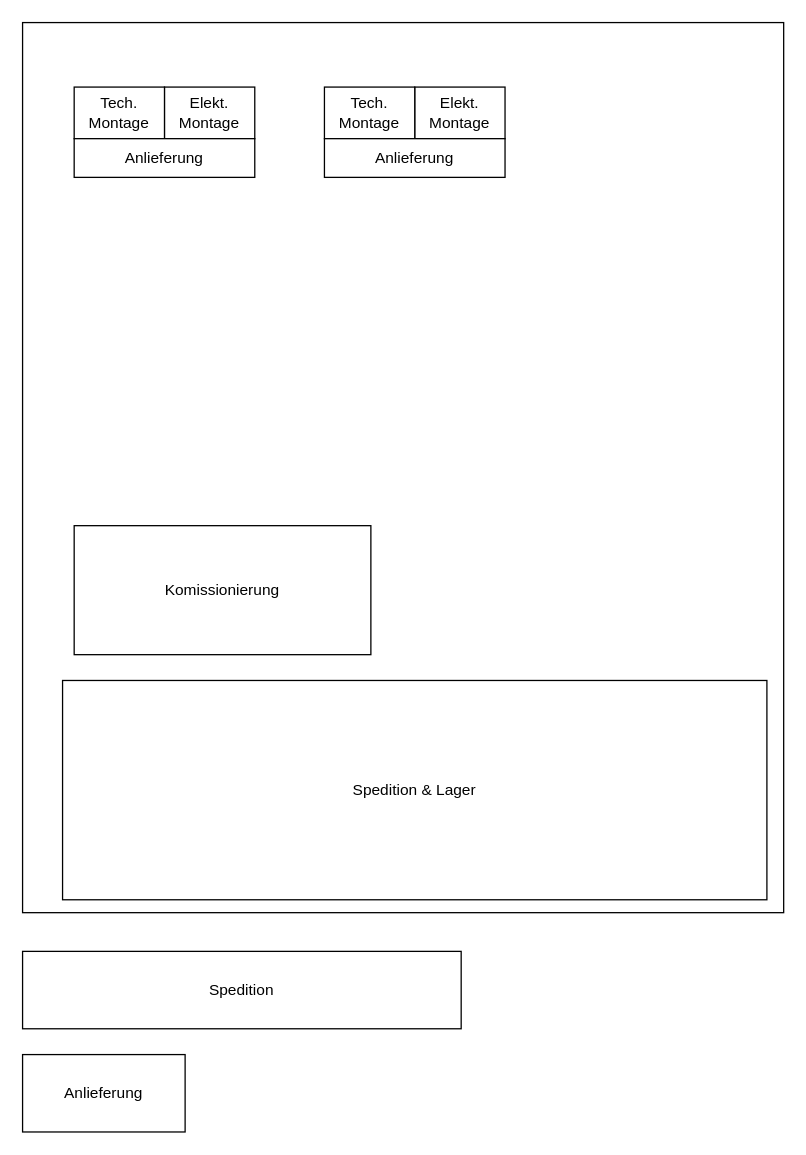
The draw.io diagram Logistikkonzept.drawio in macnch33s3/draw.io, before the edit. Source tidied: cells renumbered, new cells numbered last; positions are measured from the earlier drawing's top-left corner, leaving out a move shared by most shapes. Both pictures are drawn from the tidied source at 129%, with x=0, y=0 at pixel (22, 22).
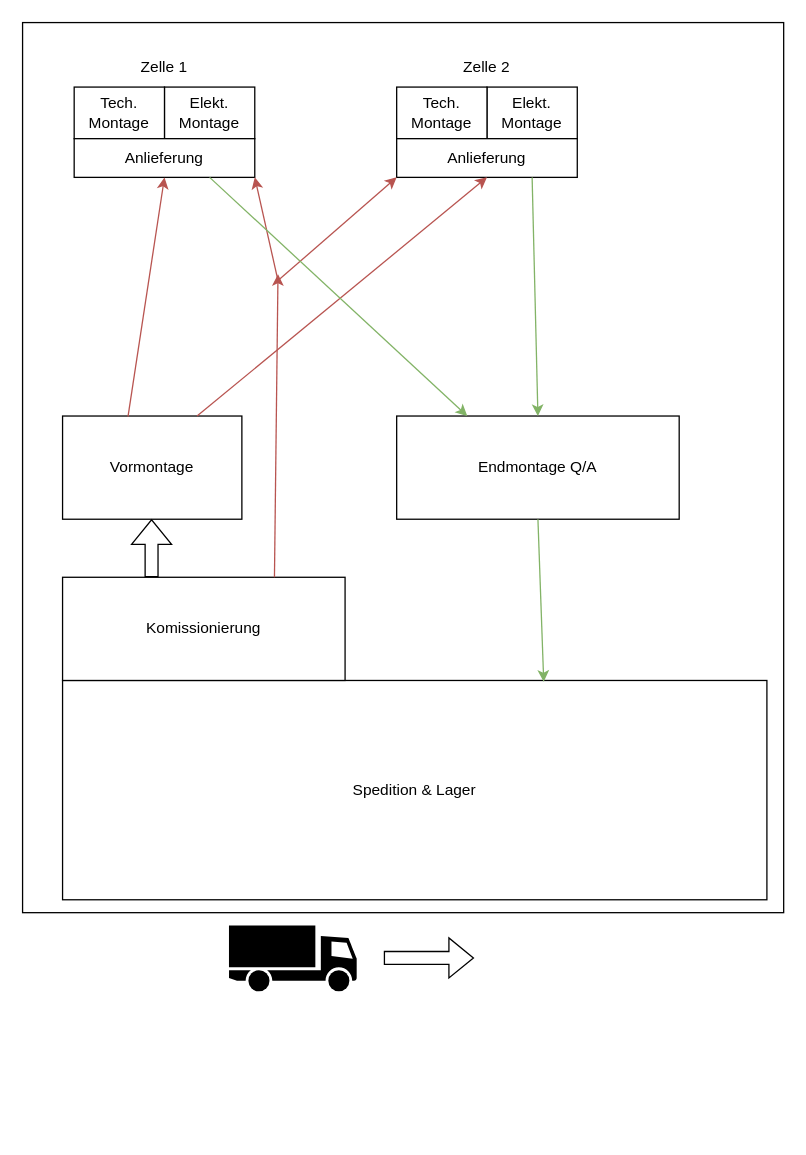
Above is the later version.

Unchanged cells that the change refers to:
```xml
<mxCell id="10" value="Anlieferung" style="rounded=0;whiteSpace=wrap;html=1;" parent="7" vertex="1">
  <mxGeometry y="40" width="140" height="30" as="geometry" />
</mxCell>
```

The edit, as a diff of the source:
```diff
@@
-    <mxCell id="3" value="Anlieferung" style="rounded=0;whiteSpace=wrap;html=1;" parent="1" vertex="1">
-      <mxGeometry y="800" width="126" height="60" as="geometry" />
-    </mxCell>
-    <mxCell id="4" value="Spedition" style="rounded=0;whiteSpace=wrap;html=1;" parent="1" vertex="1">
-      <mxGeometry y="720" width="340" height="60" as="geometry" />
-    </mxCell>
@@
     <mxCell id="6" value="Komissionierung" style="rounded=0;whiteSpace=wrap;html=1;" parent="1" vertex="1">
-      <mxGeometry x="40" y="390" width="230" height="100" as="geometry" />
+      <mxGeometry x="31" y="430" width="219" height="80" as="geometry" />
     </mxCell>
+    <mxCell id="15" value="Vormontage" style="rounded=0;whiteSpace=wrap;html=1;" parent="1" vertex="1">
+      <mxGeometry x="31" y="305" width="139" height="80" as="geometry" />
+    </mxCell>
+    <mxCell id="16" style="shape=mxgraph.signs.transportation.truck_1;html=1;fillColor=#000000;strokeColor=none;verticalLabelPosition=bottom;verticalAlign=top;align=center;flipV=0;flipH=1;" parent="1" vertex="1">
+      <mxGeometry x="160" y="700" width="99" height="51" as="geometry" />
+    </mxCell>
+    <mxCell id="17" style="shape=flexArrow;endArrow=classic;html=1;rounded=0;" parent="1" edge="1">
+      <mxGeometry relative="1" as="geometry">
+        <mxPoint x="280" y="725.1" as="sourcePoint" />
+        <mxPoint x="350" y="725.1" as="targetPoint" />
+      </mxGeometry>
+    </mxCell>
+    <mxCell id="18" value="Endmontage Q/A" style="rounded=0;whiteSpace=wrap;html=1;" parent="1" vertex="1">
+      <mxGeometry x="290" y="305" width="219" height="80" as="geometry" />
+    </mxCell>
+    <mxCell id="19" style="group;" parent="1" vertex="1">
+      <mxGeometry x="290" y="20" width="140" height="100" as="geometry" />
+    </mxCell>
+    <mxCell id="11" style="group;" parent="19" vertex="1">
+      <mxGeometry y="30" width="140" height="70" as="geometry" />
+    </mxCell>
+    <mxCell id="12" value="Elekt. Montage" style="rounded=0;whiteSpace=wrap;html=1;" parent="11" vertex="1">
+      <mxGeometry x="70" width="70" height="40" as="geometry" />
+    </mxCell>
+    <mxCell id="13" value="Tech. Montage" style="rounded=0;whiteSpace=wrap;html=1;" parent="11" vertex="1">
+      <mxGeometry width="70" height="40" as="geometry" />
+    </mxCell>
+    <mxCell id="14" value="Anlieferung" style="rounded=0;whiteSpace=wrap;html=1;" parent="11" vertex="1">
+      <mxGeometry y="40" width="140" height="30" as="geometry" />
+    </mxCell>
+    <mxCell id="20" value="Zelle 2" style="text;html=1;whiteSpace=wrap;strokeColor=none;fillColor=none;align=center;verticalAlign=middle;rounded=0;" parent="19" vertex="1">
+      <mxGeometry x="40" width="60" height="30" as="geometry" />
+    </mxCell>
+    <mxCell id="21" style="group;" parent="1" vertex="1">
+      <mxGeometry x="40" y="20" width="140" height="100" as="geometry" />
+    </mxCell>
-    <mxCell id="7" style="group;" parent="1" vertex="1">
-      <mxGeometry x="40" y="50" width="140" height="70" as="geometry" />
+    <mxCell id="7" style="group;" parent="21" vertex="1">
+      <mxGeometry y="30" width="140" height="70" as="geometry" />
     </mxCell>
@@
-    <mxCell id="11" style="group;" parent="1" vertex="1">
-      <mxGeometry x="234" y="50" width="140" height="70" as="geometry" />
-    </mxCell>
-    <mxCell id="12" value="Elekt. Montage" style="rounded=0;whiteSpace=wrap;html=1;" parent="11" vertex="1">
-      <mxGeometry x="70" width="70" height="40" as="geometry" />
-    </mxCell>
-    <mxCell id="13" value="Tech. Montage" style="rounded=0;whiteSpace=wrap;html=1;" parent="11" vertex="1">
-      <mxGeometry width="70" height="40" as="geometry" />
-    </mxCell>
-    <mxCell id="14" value="Anlieferung" style="rounded=0;whiteSpace=wrap;html=1;" parent="11" vertex="1">
-      <mxGeometry y="40" width="140" height="30" as="geometry" />
-    </mxCell>
+    <mxCell id="22" value="Zelle 1" style="text;html=1;whiteSpace=wrap;strokeColor=none;fillColor=none;align=center;verticalAlign=middle;rounded=0;" parent="21" vertex="1">
+      <mxGeometry x="40" width="60" height="30" as="geometry" />
+    </mxCell>
+    <mxCell id="23" style="endArrow=classic;html=1;rounded=0;shape=flexArrow;" parent="1" edge="1">
+      <mxGeometry relative="1" as="geometry">
+        <mxPoint x="100" y="430" as="sourcePoint" />
+        <mxPoint x="100" y="385" as="targetPoint" />
+      </mxGeometry>
+    </mxCell>
+    <mxCell id="24" style="endArrow=classic;html=1;rounded=0;entryX=0.5;entryY=1;entryDx=0;entryDy=0;exitX=0.365;exitY=0.006;exitDx=0;exitDy=0;exitPerimeter=0;flowAnimation=0;shadow=0;fillColor=#f8cecc;strokeColor=#b85450;" parent="1" edge="1" source="15" target="10">
+      <mxGeometry relative="1" as="geometry" />
+    </mxCell>
+    <mxCell id="25" style="endArrow=classic;html=1;rounded=0;entryX=0.5;entryY=1;entryDx=0;entryDy=0;exitX=0.75;exitY=0;exitDx=0;exitDy=0;flowAnimation=0;shadow=0;fillColor=#f8cecc;strokeColor=#b85450;" parent="1" edge="1" source="15" target="14">
+      <mxGeometry relative="1" as="geometry" />
+    </mxCell>
+    <mxCell id="26" style="endArrow=classic;html=1;rounded=0;exitX=0.75;exitY=0;exitDx=0;exitDy=0;flowAnimation=0;shadow=0;fillColor=#f8cecc;strokeColor=#b85450;" parent="1" edge="1" source="6">
+      <mxGeometry relative="1" as="geometry">
+        <mxPoint x="198" y="195" as="targetPoint" />
+      </mxGeometry>
+    </mxCell>
+    <mxCell id="27" style="endArrow=classic;html=1;rounded=0;entryX=1;entryY=1;entryDx=0;entryDy=0;flowAnimation=0;shadow=0;fillColor=#f8cecc;strokeColor=#b85450;" parent="1" edge="1" target="10">
+      <mxGeometry relative="1" as="geometry">
+        <mxPoint x="198" y="200" as="sourcePoint" />
+      </mxGeometry>
+    </mxCell>
+    <mxCell id="28" style="endArrow=classic;html=1;rounded=0;entryX=0;entryY=1;entryDx=0;entryDy=0;flowAnimation=0;shadow=0;fillColor=#f8cecc;strokeColor=#b85450;" parent="1" edge="1" target="14">
+      <mxGeometry relative="1" as="geometry">
+        <mxPoint x="198" y="200" as="sourcePoint" />
+      </mxGeometry>
+    </mxCell>
+    <mxCell id="29" style="endArrow=classic;html=1;rounded=0;entryX=0.25;entryY=0;entryDx=0;entryDy=0;exitX=0.75;exitY=1;exitDx=0;exitDy=0;flowAnimation=0;shadow=0;fillColor=#d5e8d4;strokeColor=#82b366;" parent="1" edge="1" source="10" target="18">
+      <mxGeometry relative="1" as="geometry" />
+    </mxCell>
+    <mxCell id="30" style="endArrow=classic;html=1;rounded=0;entryX=0.5;entryY=0;entryDx=0;entryDy=0;exitX=0.75;exitY=1;exitDx=0;exitDy=0;flowAnimation=0;shadow=0;fillColor=#d5e8d4;strokeColor=#82b366;" parent="1" edge="1" source="14" target="18">
+      <mxGeometry relative="1" as="geometry" />
+    </mxCell>
+    <mxCell id="31" style="endArrow=classic;html=1;rounded=0;exitX=0.5;exitY=1;exitDx=0;exitDy=0;flowAnimation=0;shadow=0;fillColor=#d5e8d4;strokeColor=#82b366;" parent="1" edge="1" source="18">
+      <mxGeometry relative="1" as="geometry">
+        <mxPoint x="404" y="511" as="targetPoint" />
+      </mxGeometry>
+    </mxCell>
```
